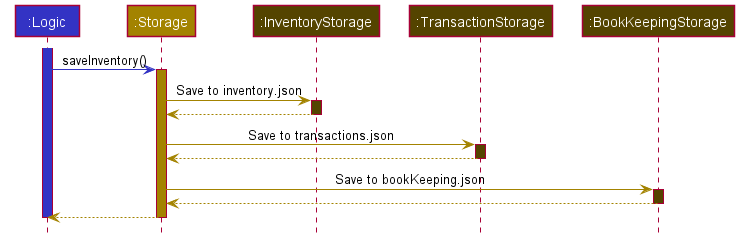
This is docs/images/TransactOrderSequenceDiagram.png from nus-cs2103-AY2122S1/tp, a PlantUML export, as it was before one commit.
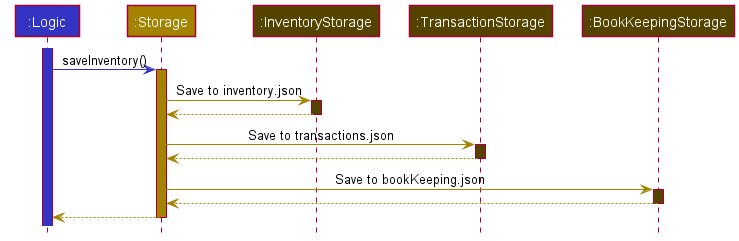
After the change.

The edit, as a diff of the source:
```diff
@@ -32,7 +32,4 @@
 storage --[STORAGE_COLOR]> logic
 deactivate storage
 
-
-deactivate logic
-
 @enduml
```
